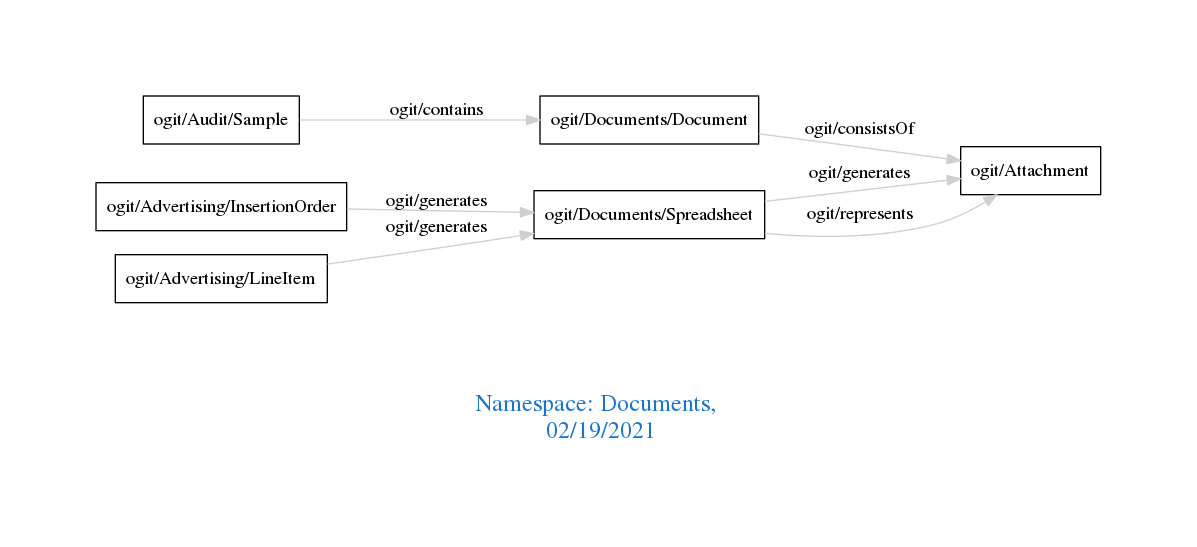
Earlier version of the Graphviz export downloads/Documents.png (arago/OGIT). Its source is kept beside it as downloads/Documents.dot.
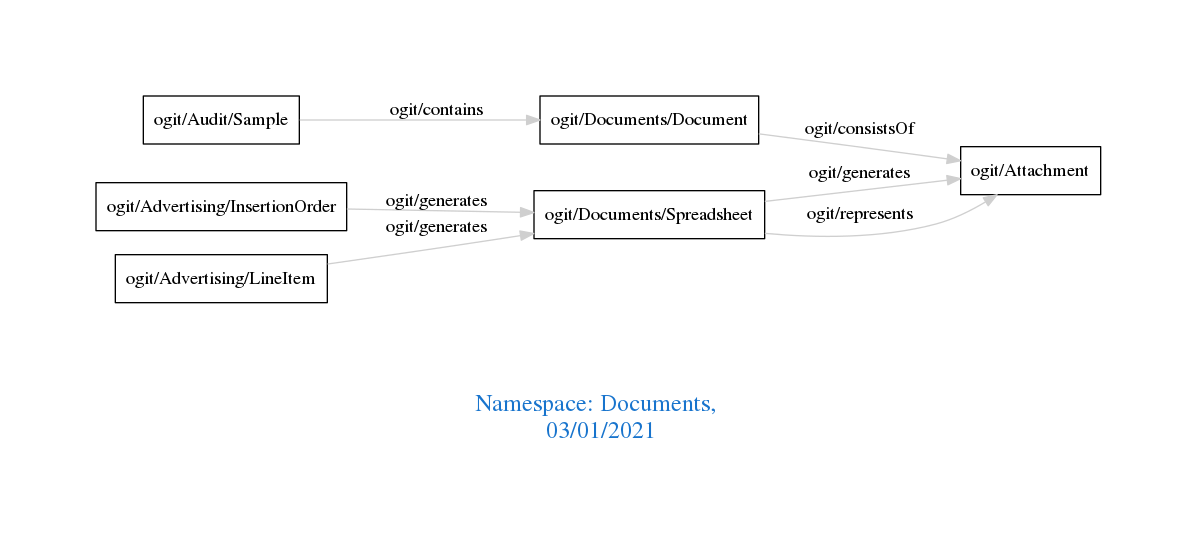
The same file after the commit.

What changed in the source:
```diff
@@ -1,7 +1,7 @@
 digraph OGIT_ontology {
  graph [ rankdir= LR,pad=1
 fontsize = 18,
-fontcolor= dodgerblue3,label = "\n\n\nNamespace: Documents, \n 02/19/2021"];
+fontcolor= dodgerblue3,label = "\n\n\nNamespace: Documents, \n 03/01/2021"];
 node[shape=polygon];
 edge [  color="gray81"];
 
```
